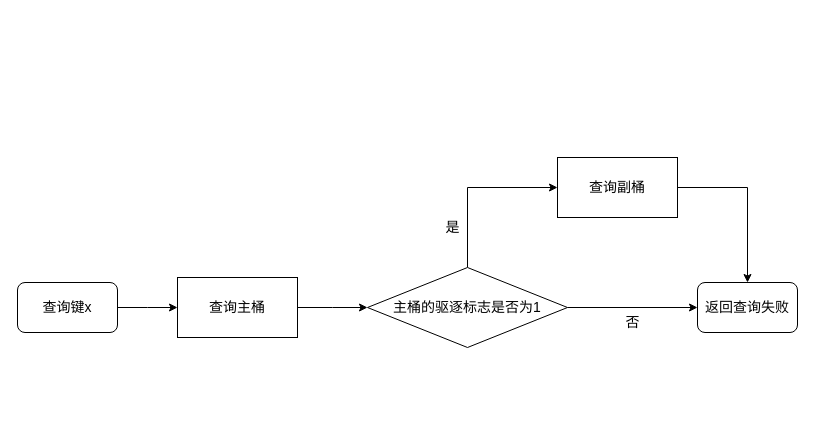
The draw.io diagram page "驱逐标志" (8 of 17) of 毕业论文.drawio in HustDsy/Picture, before the edit. Source tidied: cells renumbered, new cells numbered last; positions are measured from the earlier drawing's top-left corner, leaving out a move shared by most shapes. Both pictures are drawn from the tidied source at 100%, with x=0, y=0 at pixel (17, 157).
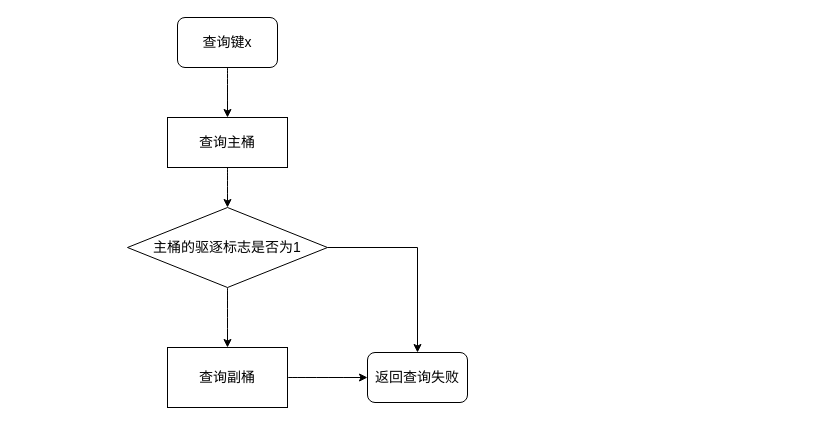
The same diagram, later.

The edit, as a diff of the source:
```diff
@@
 <mxGraphModel>
   <root>
     <mxCell id="0" />
     <mxCell id="1" parent="0" />
-    <mxCell id="2" style="edgeStyle=orthogonalEdgeStyle;rounded=0;jettySize=auto;html=1;exitX=1;exitY=0.5;exitDx=0;exitDy=0;fontFamily=简宋;fontSize=14;fontColor=#FF3333;endArrow=classic;endFill=1;strokeColor=#000000;strokeWidth=1;" parent="1" edge="1" source="3">
-      <mxGeometry relative="1" as="geometry">
-        <mxPoint x="160" y="150" as="targetPoint" />
-      </mxGeometry>
-    </mxCell>
+    <mxCell id="14" style="edgeStyle=orthogonalEdgeStyle;curved=1;jettySize=auto;html=1;exitX=0.5;exitY=1;exitDx=0;exitDy=0;entryX=0.5;entryY=0;entryDx=0;entryDy=0;fontFamily=Times New Roman;fontSize=16;fontColor=#000000;startArrow=none;startFill=0;endArrow=classic;endFill=1;strokeColor=#000000;strokeWidth=1;" parent="1" edge="1" source="3" target="5">
+      <mxGeometry relative="1" as="geometry" />
+    </mxCell>
     <mxCell id="3" value="&lt;font style=&quot;font-size: 14px;&quot;&gt;查询键&lt;font style=&quot;font-size: 14px;&quot;&gt;x&lt;/font&gt;&lt;/font&gt;" style="rounded=1;whiteSpace=wrap;html=1;comic=0;fontFamily=简宋;fontSize=14;strokeWidth=1;" parent="1" vertex="1">
-      <mxGeometry y="125" width="100" height="50" as="geometry" />
+      <mxGeometry x="160" y="-140" width="100" height="50" as="geometry" />
     </mxCell>
-    <mxCell id="4" style="edgeStyle=orthogonalEdgeStyle;rounded=0;jettySize=auto;html=1;exitX=1;exitY=0.5;exitDx=0;exitDy=0;fontFamily=简宋;fontSize=14;fontColor=#FF3333;startArrow=none;startFill=0;endArrow=classic;endFill=1;strokeColor=#000000;strokeWidth=1;" parent="1" edge="1" source="5">
-      <mxGeometry relative="1" as="geometry">
-        <mxPoint x="350" y="150" as="targetPoint" />
-      </mxGeometry>
-    </mxCell>
+    <mxCell id="15" style="edgeStyle=orthogonalEdgeStyle;curved=1;jettySize=auto;html=1;exitX=0.5;exitY=1;exitDx=0;exitDy=0;entryX=0.5;entryY=0;entryDx=0;entryDy=0;entryPerimeter=0;fontFamily=Times New Roman;fontSize=16;fontColor=#000000;startArrow=none;startFill=0;endArrow=classic;endFill=1;strokeColor=#000000;strokeWidth=1;" parent="1" edge="1" source="5" target="8">
+      <mxGeometry relative="1" as="geometry" />
+    </mxCell>
     <mxCell id="5" value="&lt;font style=&quot;font-size: 14px;&quot;&gt;查询主桶&lt;/font&gt;" style="rounded=0;whiteSpace=wrap;html=1;fontFamily=简宋;fontSize=14;strokeColor=#000000;fillColor=#FFFFFF;strokeWidth=1;" parent="1" vertex="1">
-      <mxGeometry x="160" y="120" width="120" height="60" as="geometry" />
+      <mxGeometry x="150" y="-40" width="120" height="50" as="geometry" />
     </mxCell>
+    <mxCell id="7" style="edgeStyle=orthogonalEdgeStyle;curved=1;jettySize=auto;html=1;exitX=0.5;exitY=1;exitDx=0;exitDy=0;exitPerimeter=0;entryX=0.5;entryY=0;entryDx=0;entryDy=0;fontFamily=Times New Roman;fontSize=16;fontColor=#000000;startArrow=none;startFill=0;endArrow=classic;endFill=1;strokeColor=#000000;strokeWidth=1;" parent="1" edge="1" source="8" target="12">
+      <mxGeometry relative="1" as="geometry" />
+    </mxCell>
-    <mxCell id="6" style="edgeStyle=orthogonalEdgeStyle;rounded=0;jettySize=auto;html=1;exitX=1;exitY=0.5;exitDx=0;exitDy=0;exitPerimeter=0;fontFamily=简宋;fontSize=14;fontColor=#FF3333;startArrow=none;startFill=0;endArrow=classic;endFill=1;strokeColor=#000000;strokeWidth=1;entryX=0;entryY=0.5;entryDx=0;entryDy=0;" parent="1" edge="1" source="8" target="10">
+    <mxCell id="6" style="edgeStyle=orthogonalEdgeStyle;jettySize=auto;html=1;exitX=1;exitY=0.5;exitDx=0;exitDy=0;exitPerimeter=0;fontFamily=Times New Roman;fontSize=16;fontColor=#000000;startArrow=none;startFill=0;endArrow=classic;endFill=1;strokeColor=#000000;strokeWidth=1;entryX=0.5;entryY=0;entryDx=0;entryDy=0;rounded=0;" parent="1" edge="1" source="8" target="10">
       <mxGeometry relative="1" as="geometry" />
     </mxCell>
-    <mxCell id="7" style="edgeStyle=orthogonalEdgeStyle;rounded=0;jettySize=auto;html=1;exitX=0.5;exitY=0;exitDx=0;exitDy=0;exitPerimeter=0;fontFamily=简宋;fontSize=14;fontColor=#000000;startArrow=none;startFill=0;endArrow=classic;endFill=1;strokeColor=#000000;strokeWidth=1;entryX=0;entryY=0.5;entryDx=0;entryDy=0;" parent="1" edge="1" source="8" target="12">
-      <mxGeometry relative="1" as="geometry" />
-    </mxCell>
     <mxCell id="8" value="主桶的驱逐标志是否为1" style="strokeWidth=1;html=1;shape=mxgraph.flowchart.decision;whiteSpace=wrap;comic=0;fontFamily=简宋;fontSize=14;fontColor=default;fillColor=#FFFFFF;" parent="1" vertex="1">
-      <mxGeometry x="350" y="110" width="200" height="80" as="geometry" />
+      <mxGeometry x="110" y="50" width="200" height="80" as="geometry" />
     </mxCell>
-    <mxCell id="9" value="否" style="text;html=1;align=center;verticalAlign=middle;strokeColor=none;fillColor=none;fontSize=14;fontFamily=简宋;fontColor=#000000;" parent="1" vertex="1">
-      <mxGeometry x="600" y="155" width="30" height="20" as="geometry" />
-    </mxCell>
-    <mxCell id="10" value="返回查询失败" style="rounded=1;whiteSpace=wrap;html=1;comic=0;fontFamily=简宋;fontSize=14;strokeWidth=1;" parent="1" vertex="1">
-      <mxGeometry x="680" y="125" width="100" height="50" as="geometry" />
-    </mxCell>
-    <mxCell id="11" style="edgeStyle=orthogonalEdgeStyle;rounded=0;jettySize=auto;html=1;exitX=1;exitY=0.5;exitDx=0;exitDy=0;entryX=0.5;entryY=0;entryDx=0;entryDy=0;fontFamily=简宋;fontSize=14;fontColor=#000000;startArrow=none;startFill=0;endArrow=classic;endFill=1;strokeColor=#000000;strokeWidth=1;" parent="1" edge="1" source="12" target="10">
+    <mxCell id="11" style="edgeStyle=orthogonalEdgeStyle;curved=1;jettySize=auto;html=1;exitX=1;exitY=0.5;exitDx=0;exitDy=0;fontFamily=Times New Roman;fontSize=16;fontColor=#000000;startArrow=none;startFill=0;endArrow=classic;endFill=1;strokeColor=#000000;strokeWidth=1;entryX=0;entryY=0.5;entryDx=0;entryDy=0;" parent="1" edge="1" source="12" target="10">
       <mxGeometry relative="1" as="geometry" />
     </mxCell>
     <mxCell id="12" value="&lt;font style=&quot;font-size: 14px&quot;&gt;查询副桶&lt;/font&gt;" style="rounded=0;whiteSpace=wrap;html=1;fontFamily=简宋;fontSize=14;strokeColor=#000000;fillColor=#FFFFFF;strokeWidth=1;" parent="1" vertex="1">
-      <mxGeometry x="540" width="120" height="60" as="geometry" />
+      <mxGeometry x="150" y="190" width="120" height="60" as="geometry" />
     </mxCell>
-    <mxCell id="13" value="是" style="text;html=1;align=center;verticalAlign=middle;strokeColor=none;fillColor=none;fontSize=14;fontFamily=简宋;fontColor=#000000;" parent="1" vertex="1">
-      <mxGeometry x="420" y="60" width="30" height="20" as="geometry" />
-    </mxCell>
+    <mxCell id="10" value="返回查询失败" style="rounded=1;whiteSpace=wrap;html=1;comic=0;fontFamily=简宋;fontSize=14;strokeWidth=1;" parent="1" vertex="1">
+      <mxGeometry x="350" y="195" width="100" height="50" as="geometry" />
+    </mxCell>
   </root>
 </mxGraphModel>
```
